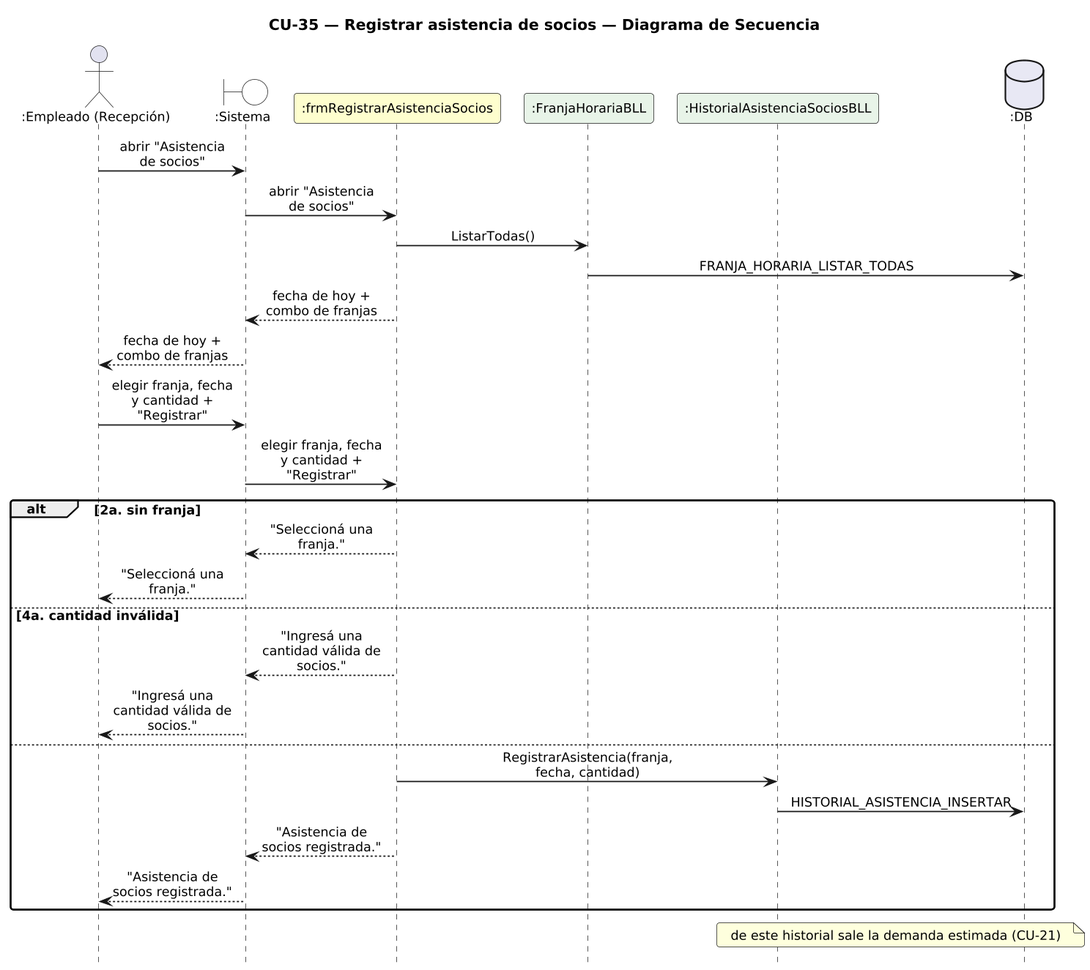
Earlier version of the PlantUML export DIAGRAMAS/DiagramaSecuencia_CU35_RegistrarAsistenciaSocios.png (Urrels/ingenieria_software).
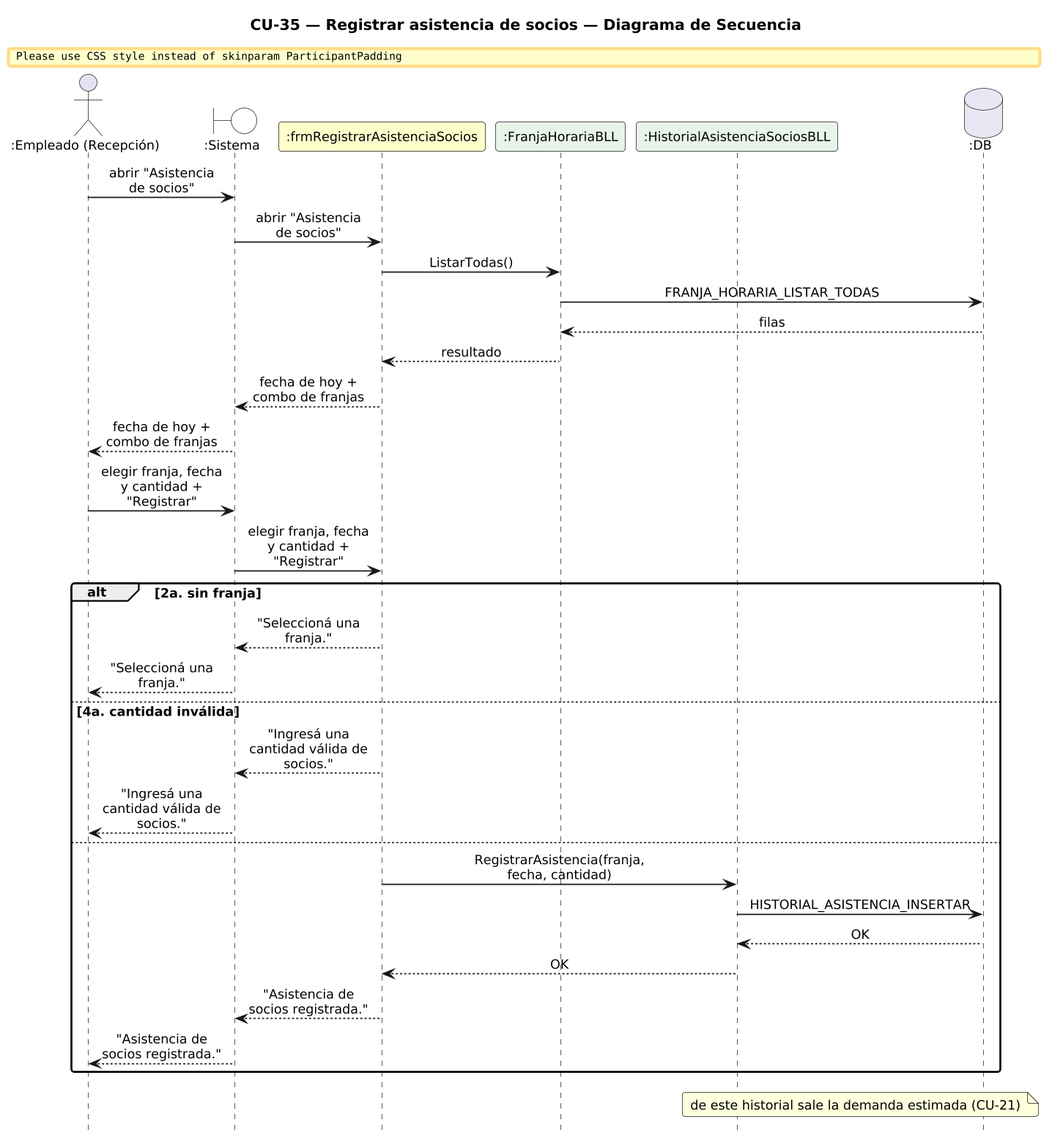
Above is the later version.

The edit, as a diff of the source:
```diff
@@ -24,6 +24,8 @@
 SYS -> F : abrir "Asistencia de socios"
 F -> FB : ListarTodas()
 FB -> DB : FRANJA_HORARIA_LISTAR_TODAS
+DB --> FB : filas
+FB --> F : resultado
 F --> SYS : fecha de hoy + combo de franjas
 SYS --> E : fecha de hoy + combo de franjas
 E -> SYS : elegir franja, fecha y cantidad + "Registrar"
@@ -37,6 +39,8 @@
 else
   F -> HB : RegistrarAsistencia(franja, fecha, cantidad)
   HB -> DB : HISTORIAL_ASISTENCIA_INSERTAR
+  DB --> HB : OK
+  HB --> F : OK
   F --> SYS : "Asistencia de socios registrada."
   SYS --> E : "Asistencia de socios registrada."
 end
```
